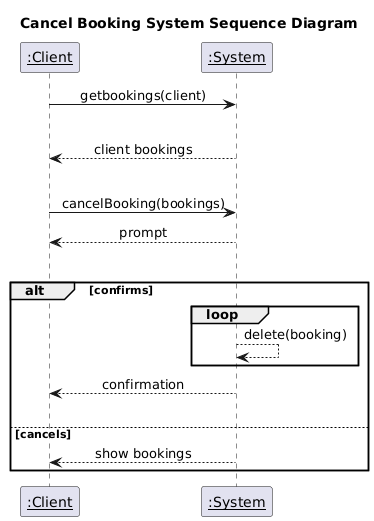
Earlier version of the PlantUML export deliverables/assets/cancel_booking_system_sequence_diagram.png (PrinceOfNothingg/Lesson-Booking-Management-System).
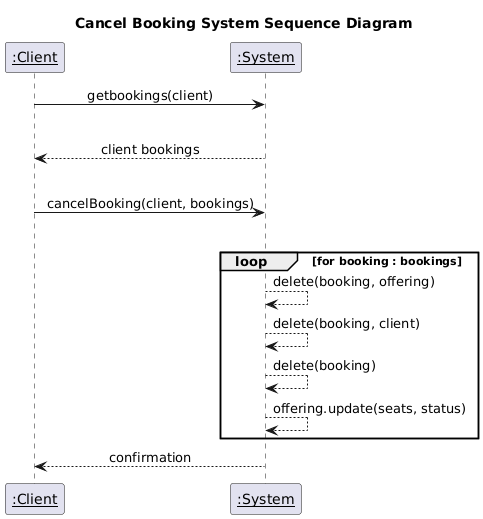
Later version of the same file.

Diff of the diagram source:
```diff
@@ -9,17 +9,14 @@
 |||
 system --> actor : client bookings
 |||
-actor -> system : cancelBooking(bookings)
-system --> actor : prompt
+actor -> system : cancelBooking(client, bookings)
 |||
-alt confirms
-loop
+loop for booking : bookings
+system --> system : delete(booking, offering)
+system --> system : delete(booking, client)
 system --> system : delete(booking)
+system --> system : offering.update(seats, status)
+
 end
 system --> actor : confirmation
-|||
-else cancels
-system --> actor : show bookings
-
-end
 @enduml
```
